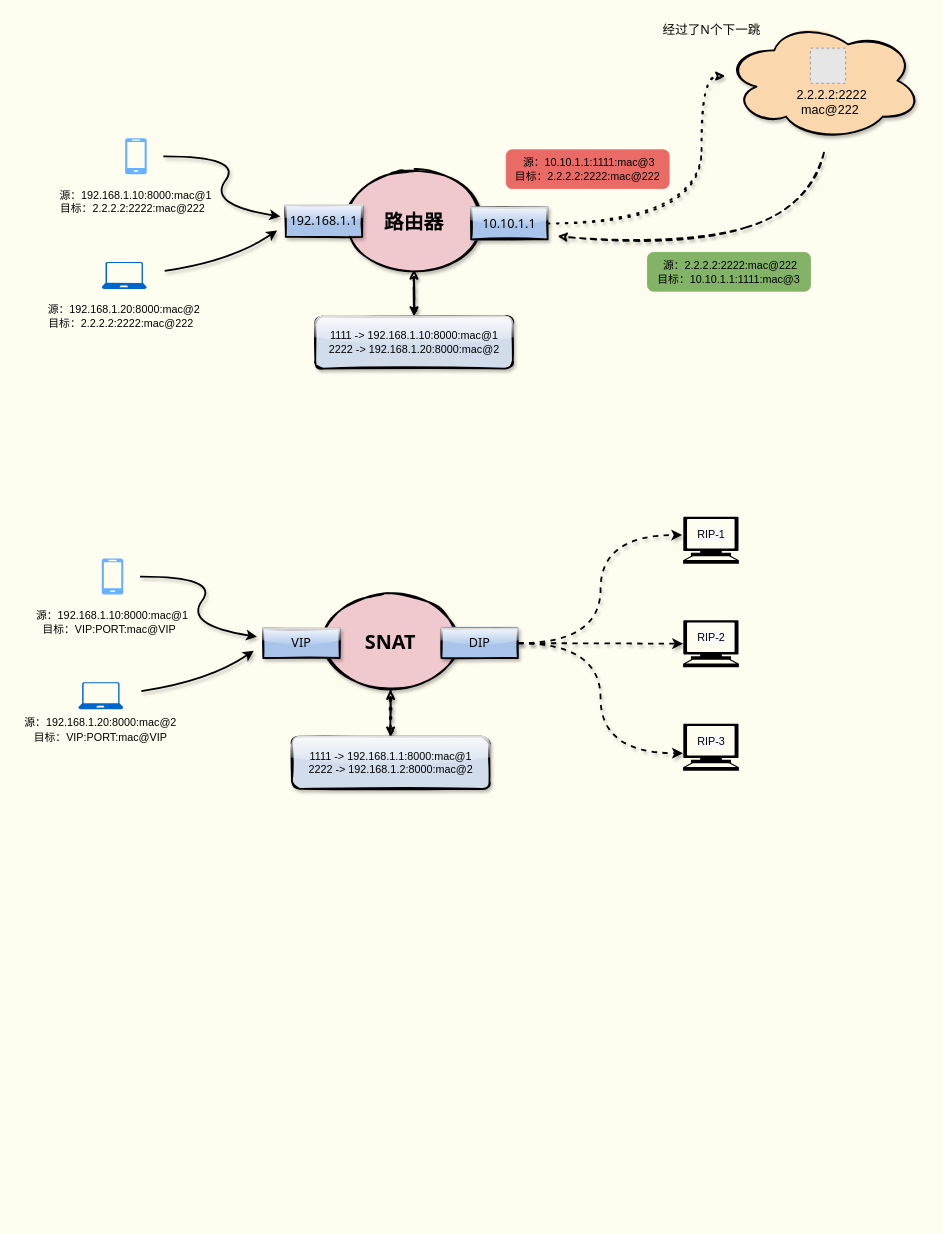
Earlier version of the draw.io diagram pictures/负载均衡/lvs_snat.drawio (boxtsecond/draw). Source tidied: cells renumbered, new cells numbered last; positions are measured from the earlier drawing's top-left corner, leaving out a move shared by most shapes. Both pictures are drawn from the tidied source at 90%, with x=0, y=0 at pixel (19, 20). Pictures stored in the file or linked from it are replaced by grey dashed boxes.
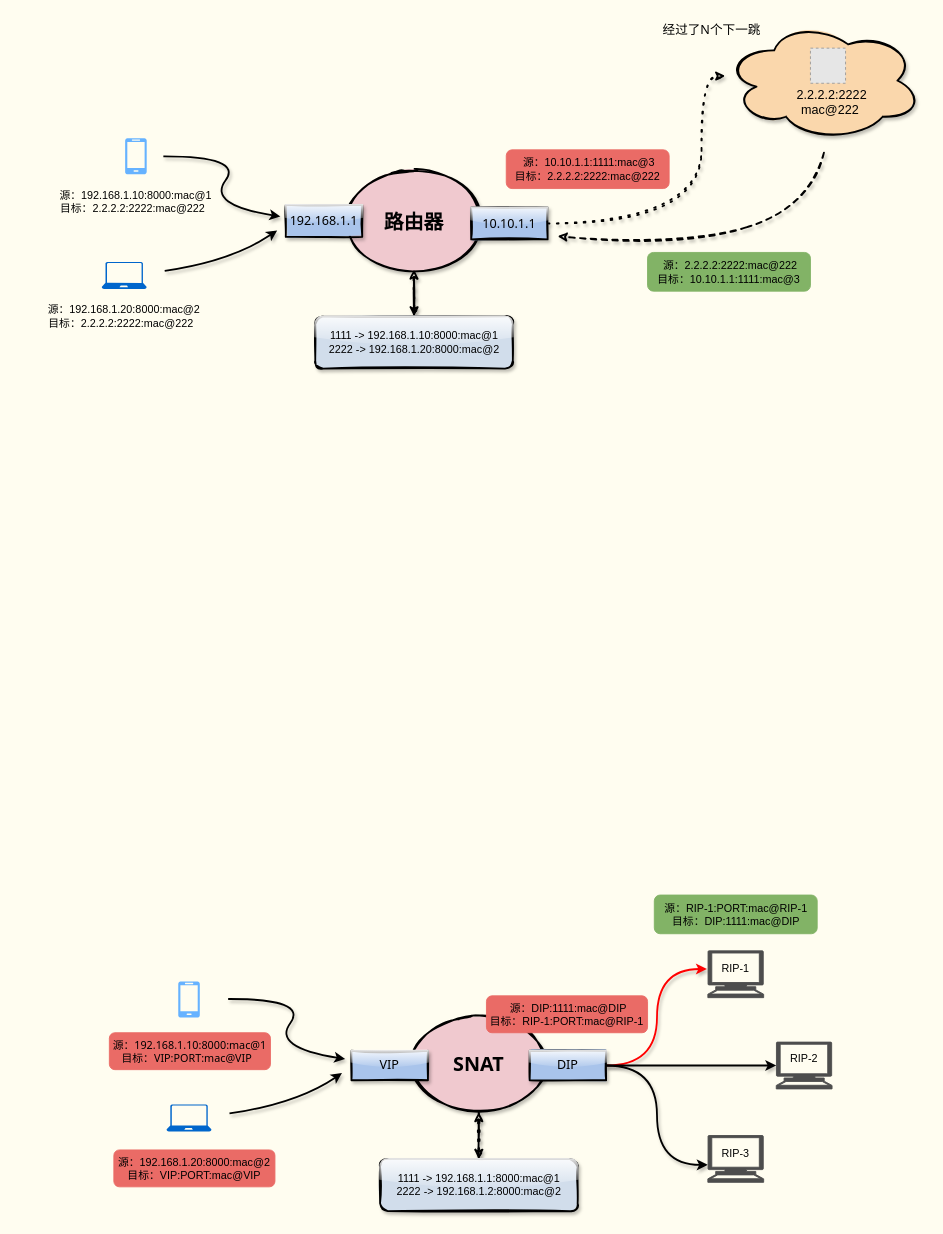
Above is the later version.

Diff of the diagram source:
```diff
@@
     <mxCell id="23" style="shadow=0;dashed=0;html=1;strokeColor=none;labelPosition=center;verticalLabelPosition=bottom;verticalAlign=top;align=center;fillColor=#66B2FF;shape=mxgraph.azure.mobile;" parent="1" vertex="1">
-      <mxGeometry x="91.5" y="598" width="24" height="40" as="geometry" />
+      <mxGeometry x="176.5" y="1068" width="24" height="40" as="geometry" />
     </mxCell>
     <mxCell id="24" style="shadow=0;dashed=0;html=1;strokeColor=none;labelPosition=center;verticalLabelPosition=bottom;verticalAlign=top;align=center;fillColor=#0066CC;shape=mxgraph.azure.laptop;" parent="1" vertex="1">
-      <mxGeometry x="65.5" y="735.5" width="50" height="30" as="geometry" />
+      <mxGeometry x="163.5" y="1204.7" width="50" height="30" as="geometry" />
     </mxCell>
@@
     <mxCell id="26" style="curved=1;endArrow=classic;html=1;shadow=1;strokeWidth=2;" parent="1" edge="1">
       <mxGeometry relative="1" as="geometry">
-        <mxPoint x="134" y="618.2" as="sourcePoint" />
-        <mxPoint x="264" y="685" as="targetPoint" />
+        <mxPoint x="232" y="1087.5" as="sourcePoint" />
+        <mxPoint x="362" y="1154.2" as="targetPoint" />
         <Array as="points">
-          <mxPoint x="223" y="618" />
-          <mxPoint x="183" y="672.2" />
+          <mxPoint x="321" y="1087.2" />
+          <mxPoint x="281" y="1141.5" />
         </Array>
       </mxGeometry>
     </mxCell>
     <mxCell id="27" style="curved=1;endArrow=classic;html=1;shadow=1;strokeWidth=2;" parent="1" edge="1">
       <mxGeometry relative="1" as="geometry">
-        <mxPoint x="135.5" y="745.5" as="sourcePoint" />
-        <mxPoint x="260.5" y="700.5" as="targetPoint" />
+        <mxPoint x="233.5" y="1214.7" as="sourcePoint" />
+        <mxPoint x="358.5" y="1169.7" as="targetPoint" />
         <Array as="points">
-          <mxPoint x="210.5" y="734.5" />
+          <mxPoint x="308.5" y="1203.7" />
         </Array>
       </mxGeometry>
     </mxCell>
-    <mxCell id="28" value="&lt;div style=&quot;font-family: &amp;#34;helvetica&amp;#34; ; font-size: 12px&quot;&gt;源：192.168.1.20:8000:mac@2&lt;/div&gt;&lt;span style=&quot;font-family: &amp;#34;helvetica&amp;#34; ; font-size: 12px&quot;&gt;目标：VIP:PORT:mac@VIP&lt;/span&gt;&lt;div style=&quot;font-family: &amp;#34;helvetica&amp;#34; ; font-size: 12px&quot;&gt;&amp;nbsp;&lt;/div&gt;" style="text;html=1;strokeColor=none;fillColor=none;align=center;verticalAlign=middle;whiteSpace=wrap;rounded=0;shadow=1;glass=1;sketch=1;fontFamily=Tahoma;fontSize=14;" parent="1" vertex="1">
-      <mxGeometry y="786" width="181" height="20" as="geometry" />
+    <mxCell id="28" value="&lt;div style=&quot;font-family: &amp;#34;helvetica&amp;#34; ; font-size: 12px&quot;&gt;&lt;br&gt;&lt;/div&gt;" style="text;html=1;strokeColor=none;fillColor=none;align=center;verticalAlign=middle;whiteSpace=wrap;rounded=0;shadow=1;glass=1;sketch=1;fontFamily=Tahoma;fontSize=14;" parent="1" vertex="1">
+      <mxGeometry x="98" y="1255.2" width="181" height="20" as="geometry" />
     </mxCell>
@@
     <mxCell id="30" value="&lt;b&gt;&lt;font style=&quot;font-size: 22px&quot;&gt;SNAT&lt;/font&gt;&lt;/b&gt;" style="ellipse;whiteSpace=wrap;html=1;shadow=1;glass=1;sketch=1;strokeWidth=2;fontFamily=Tahoma;fontSize=14;fillStyle=solid;fillColor=#f0c9cf;" parent="1" vertex="1">
-      <mxGeometry x="334" y="636" width="157" height="108" as="geometry" />
+      <mxGeometry x="432" y="1105.2" width="157" height="108" as="geometry" />
     </mxCell>
     <mxCell id="31" value="VIP" style="rounded=0;whiteSpace=wrap;html=1;shadow=1;glass=1;sketch=1;strokeColor=#000000;strokeWidth=2;fontFamily=Tahoma;fontSize=14;fillStyle=solid;fillColor=#A9C4EB;" parent="1" vertex="1">
-      <mxGeometry x="271" y="675.8" width="85" height="32.8" as="geometry" />
+      <mxGeometry x="369" y="1145" width="85" height="32.8" as="geometry" />
     </mxCell>
-    <mxCell id="32" style="edgeStyle=orthogonalEdgeStyle;sketch=0;jettySize=auto;html=1;exitX=1;exitY=0.5;exitDx=0;exitDy=0;entryX=-0.016;entryY=0.388;entryDx=0;entryDy=0;entryPerimeter=0;shadow=1;strokeWidth=2;curved=1;dashed=1;" parent="1" edge="1" source="35" target="39">
+    <mxCell id="32" style="edgeStyle=orthogonalEdgeStyle;sketch=0;jettySize=auto;html=1;exitX=1;exitY=0.5;exitDx=0;exitDy=0;entryX=-0.016;entryY=0.388;entryDx=0;entryDy=0;entryPerimeter=0;shadow=1;strokeWidth=2;curved=1;strokeColor=#FF0000;" parent="1" edge="1" source="35" target="39">
       <mxGeometry relative="1" as="geometry" />
     </mxCell>
-    <mxCell id="33" style="edgeStyle=orthogonalEdgeStyle;curved=1;sketch=0;jettySize=auto;html=1;exitX=1;exitY=0.5;exitDx=0;exitDy=0;entryX=-0.003;entryY=0.627;entryDx=0;entryDy=0;entryPerimeter=0;shadow=1;strokeWidth=2;dashed=1;" parent="1" edge="1" source="35" target="41">
+    <mxCell id="33" style="edgeStyle=orthogonalEdgeStyle;curved=1;sketch=0;jettySize=auto;html=1;exitX=1;exitY=0.5;exitDx=0;exitDy=0;entryX=-0.003;entryY=0.627;entryDx=0;entryDy=0;entryPerimeter=0;shadow=1;strokeWidth=2;" parent="1" edge="1" source="35" target="41">
       <mxGeometry relative="1" as="geometry" />
     </mxCell>
-    <mxCell id="34" style="edgeStyle=orthogonalEdgeStyle;curved=1;sketch=0;jettySize=auto;html=1;exitX=1;exitY=0.5;exitDx=0;exitDy=0;entryX=0;entryY=0.5;entryDx=0;entryDy=0;entryPerimeter=0;shadow=1;strokeWidth=2;dashed=1;" parent="1" edge="1" source="35" target="40">
+    <mxCell id="34" style="edgeStyle=orthogonalEdgeStyle;curved=1;sketch=0;jettySize=auto;html=1;exitX=1;exitY=0.5;exitDx=0;exitDy=0;entryX=0;entryY=0.5;entryDx=0;entryDy=0;entryPerimeter=0;shadow=1;strokeWidth=2;" parent="1" edge="1" source="35" target="40">
       <mxGeometry relative="1" as="geometry" />
     </mxCell>
     <mxCell id="35" value="DIP" style="rounded=0;whiteSpace=wrap;html=1;shadow=1;glass=1;sketch=1;strokeColor=#000000;strokeWidth=2;fontFamily=Tahoma;fontSize=14;fillStyle=solid;fillColor=#A9C4EB;" parent="1" vertex="1">
-      <mxGeometry x="469" y="675.8" width="85" height="32.8" as="geometry" />
+      <mxGeometry x="567" y="1145" width="85" height="32.8" as="geometry" />
     </mxCell>
-    <mxCell id="36" value="&lt;div style=&quot;font-family: &amp;#34;helvetica&amp;#34; ; font-size: 12px&quot;&gt;&lt;div&gt;源：192.168.1.10:8000:mac@1&lt;/div&gt;&lt;div&gt;目标：VIP:PORT:mac@VIP&amp;nbsp;&amp;nbsp;&lt;/div&gt;&lt;/div&gt;" style="text;html=1;strokeColor=none;fillColor=none;align=center;verticalAlign=middle;whiteSpace=wrap;rounded=0;shadow=1;glass=1;sketch=1;fontFamily=Tahoma;fontSize=14;" parent="1" vertex="1">
-      <mxGeometry x="13" y="659" width="181" height="20" as="geometry" />
+    <mxCell id="36" value="&lt;div style=&quot;font-family: &amp;#34;helvetica&amp;#34; ; font-size: 12px&quot;&gt;&lt;br&gt;&lt;/div&gt;" style="text;html=1;strokeColor=none;fillColor=none;align=center;verticalAlign=middle;whiteSpace=wrap;rounded=0;shadow=1;glass=1;sketch=1;fontFamily=Tahoma;fontSize=14;" parent="1" vertex="1">
+      <mxGeometry x="111" y="1128.2" width="181" height="20" as="geometry" />
     </mxCell>
@@
     <mxCell id="38" value="&lt;div style=&quot;font-family: &amp;#34;helvetica&amp;#34; ; font-size: 12px&quot;&gt;1111 -&amp;gt; 192.168.1.1:8000:mac@1&lt;/div&gt;&lt;div style=&quot;font-family: &amp;#34;helvetica&amp;#34; ; font-size: 12px&quot;&gt;2222 -&amp;gt; 192.168.1.2:8000:mac@2&lt;br&gt;&lt;/div&gt;" style="whiteSpace=wrap;html=1;shadow=1;fontFamily=Tahoma;fontSize=14;strokeWidth=2;glass=1;sketch=1;fillStyle=solid;rounded=1;fillColor=#D1DDEB;" parent="1" vertex="1">
-      <mxGeometry x="302.8" y="796" width="219.5" height="58" as="geometry" />
+      <mxGeometry x="400.8" y="1265.2" width="219.5" height="58" as="geometry" />
     </mxCell>
-    <mxCell id="39" style="shape=mxgraph.signs.tech.computer;html=1;fillColor=#000000;strokeColor=none;verticalLabelPosition=bottom;verticalAlign=top;align=center;" parent="1" vertex="1">
-      <mxGeometry x="737.5" y="551.8" width="62" height="52" as="geometry" />
+    <mxCell id="39" style="shape=mxgraph.signs.tech.computer;html=1;verticalLabelPosition=bottom;verticalAlign=top;align=center;labelBackgroundColor=none;fontColor=#ffffff;fillColor=#4D4D4D;strokeColor=#4D4D4D;" parent="1" vertex="1">
+      <mxGeometry x="765" y="1034" width="62" height="52" as="geometry" />
     </mxCell>
-    <mxCell id="40" style="shape=mxgraph.signs.tech.computer;html=1;fillColor=#000000;strokeColor=none;verticalLabelPosition=bottom;verticalAlign=top;align=center;" parent="1" vertex="1">
-      <mxGeometry x="737.5" y="666.8" width="62" height="52" as="geometry" />
+    <mxCell id="40" style="shape=mxgraph.signs.tech.computer;html=1;verticalLabelPosition=bottom;verticalAlign=top;align=center;labelBackgroundColor=none;fontColor=#ffffff;fillColor=#4D4D4D;strokeColor=#4D4D4D;" parent="1" vertex="1">
+      <mxGeometry x="841" y="1135.4" width="62" height="52" as="geometry" />
     </mxCell>
-    <mxCell id="41" style="shape=mxgraph.signs.tech.computer;html=1;fillColor=#000000;strokeColor=none;verticalLabelPosition=bottom;verticalAlign=top;align=center;" parent="1" vertex="1">
-      <mxGeometry x="737.5" y="781.8" width="62" height="52" as="geometry" />
+    <mxCell id="41" style="shape=mxgraph.signs.tech.computer;html=1;verticalLabelPosition=bottom;verticalAlign=top;align=center;labelBackgroundColor=none;fontColor=#ffffff;fillColor=#4D4D4D;strokeColor=#4D4D4D;" parent="1" vertex="1">
+      <mxGeometry x="765" y="1239.2" width="62" height="52" as="geometry" />
     </mxCell>
-    <mxCell id="42" value="&lt;span style=&quot;color: rgb(0, 0, 0); font-family: helvetica; font-size: 12px; font-style: normal; font-weight: 400; letter-spacing: normal; text-align: center; text-indent: 0px; text-transform: none; word-spacing: 0px; background-color: rgb(248, 249, 250); display: inline; float: none;&quot;&gt;RIP-1&lt;/span&gt;" style="text;html=1;strokeColor=none;fillColor=none;align=center;verticalAlign=middle;whiteSpace=wrap;rounded=0;" parent="1" vertex="1">
-      <mxGeometry x="748.5" y="561.8" width="40" height="20" as="geometry" />
+    <mxCell id="42" value="&lt;span style=&quot;color: rgb(0, 0, 0); font-family: helvetica; font-size: 12px; font-style: normal; font-weight: 400; letter-spacing: normal; text-align: center; text-indent: 0px; text-transform: none; word-spacing: 0px; display: inline; float: none;&quot;&gt;RIP-1&lt;/span&gt;" style="text;html=1;strokeColor=none;fillColor=none;align=center;verticalAlign=middle;whiteSpace=wrap;rounded=0;labelBackgroundColor=none;" parent="1" vertex="1">
+      <mxGeometry x="776" y="1044" width="40" height="20" as="geometry" />
     </mxCell>
-    <mxCell id="43" value="&lt;span style=&quot;color: rgb(0 , 0 , 0) ; font-family: &amp;#34;helvetica&amp;#34; ; font-size: 12px ; font-style: normal ; font-weight: 400 ; letter-spacing: normal ; text-align: center ; text-indent: 0px ; text-transform: none ; word-spacing: 0px ; background-color: rgb(248 , 249 , 250) ; display: inline ; float: none&quot;&gt;RIP-2&lt;/span&gt;" style="text;html=1;strokeColor=none;fillColor=none;align=center;verticalAlign=middle;whiteSpace=wrap;rounded=0;" parent="1" vertex="1">
-      <mxGeometry x="748.5" y="675.8" width="40" height="20" as="geometry" />
+    <mxCell id="43" value="&lt;span style=&quot;color: rgb(0, 0, 0); font-family: helvetica; font-size: 12px; font-style: normal; font-weight: 400; letter-spacing: normal; text-align: center; text-indent: 0px; text-transform: none; word-spacing: 0px; display: inline; float: none;&quot;&gt;RIP-2&lt;/span&gt;" style="text;html=1;strokeColor=none;fillColor=none;align=center;verticalAlign=middle;whiteSpace=wrap;rounded=0;labelBackgroundColor=none;" parent="1" vertex="1">
+      <mxGeometry x="852" y="1144.4" width="40" height="20" as="geometry" />
     </mxCell>
-    <mxCell id="44" value="&lt;span style=&quot;color: rgb(0 , 0 , 0) ; font-family: &amp;#34;helvetica&amp;#34; ; font-size: 12px ; font-style: normal ; font-weight: 400 ; letter-spacing: normal ; text-align: center ; text-indent: 0px ; text-transform: none ; word-spacing: 0px ; background-color: rgb(248 , 249 , 250) ; display: inline ; float: none&quot;&gt;RIP-3&lt;/span&gt;" style="text;html=1;strokeColor=none;fillColor=none;align=center;verticalAlign=middle;whiteSpace=wrap;rounded=0;" parent="1" vertex="1">
-      <mxGeometry x="748.5" y="791.8" width="40" height="20" as="geometry" />
+    <mxCell id="44" value="&lt;span style=&quot;color: rgb(0, 0, 0); font-family: helvetica; font-size: 12px; font-style: normal; font-weight: 400; letter-spacing: normal; text-align: center; text-indent: 0px; text-transform: none; word-spacing: 0px; display: inline; float: none;&quot;&gt;RIP-3&lt;/span&gt;" style="text;html=1;strokeColor=none;fillColor=none;align=center;verticalAlign=middle;whiteSpace=wrap;rounded=0;labelBackgroundColor=none;" parent="1" vertex="1">
+      <mxGeometry x="776" y="1249.2" width="40" height="20" as="geometry" />
     </mxCell>
+    <mxCell id="45" value="&amp;nbsp;源：DIP:1111:mac@DIP&lt;br&gt;目标：RIP-1:PORT:mac@RIP-1" style="rounded=1;whiteSpace=wrap;html=1;fillColor=#EA6B66;strokeColor=#EA6B66;" parent="1" vertex="1">
+      <mxGeometry x="519" y="1084" width="179" height="41" as="geometry" />
+    </mxCell>
+    <mxCell id="46" value="源：RIP-1:PORT:mac@RIP-1&lt;br&gt;目标：DIP:1111:mac@DIP" style="rounded=1;whiteSpace=wrap;html=1;strokeColor=#82b366;fillColor=#82B366;" parent="1" vertex="1">
+      <mxGeometry x="705.5" y="972" width="181" height="43" as="geometry" />
+    </mxCell>
+    <mxCell id="47" value="&lt;div style=&quot;&quot;&gt;源：192.168.1.10:8000:mac@1&lt;/div&gt;&lt;div style=&quot;&quot;&gt;目标：VIP:PORT:mac@VIP&amp;nbsp;&amp;nbsp;&lt;/div&gt;" style="rounded=1;whiteSpace=wrap;html=1;fillColor=#EA6B66;strokeColor=#EA6B66;fontFamily=Tahoma;" parent="1" vertex="1">
+      <mxGeometry x="100" y="1125" width="179" height="41" as="geometry" />
+    </mxCell>
+    <mxCell id="48" value="&lt;div style=&quot;font-family: &amp;#34;helvetica&amp;#34;&quot;&gt;源：192.168.1.20:8000:mac@2&lt;/div&gt;&lt;span style=&quot;font-family: &amp;#34;helvetica&amp;#34;&quot;&gt;目标：VIP:PORT:mac@VIP&lt;br&gt;&lt;/span&gt;" style="rounded=1;whiteSpace=wrap;html=1;fillColor=#EA6B66;strokeColor=#EA6B66;fontFamily=Tahoma;" parent="1" vertex="1">
+      <mxGeometry x="105" y="1255.2" width="179" height="41" as="geometry" />
+    </mxCell>
```
